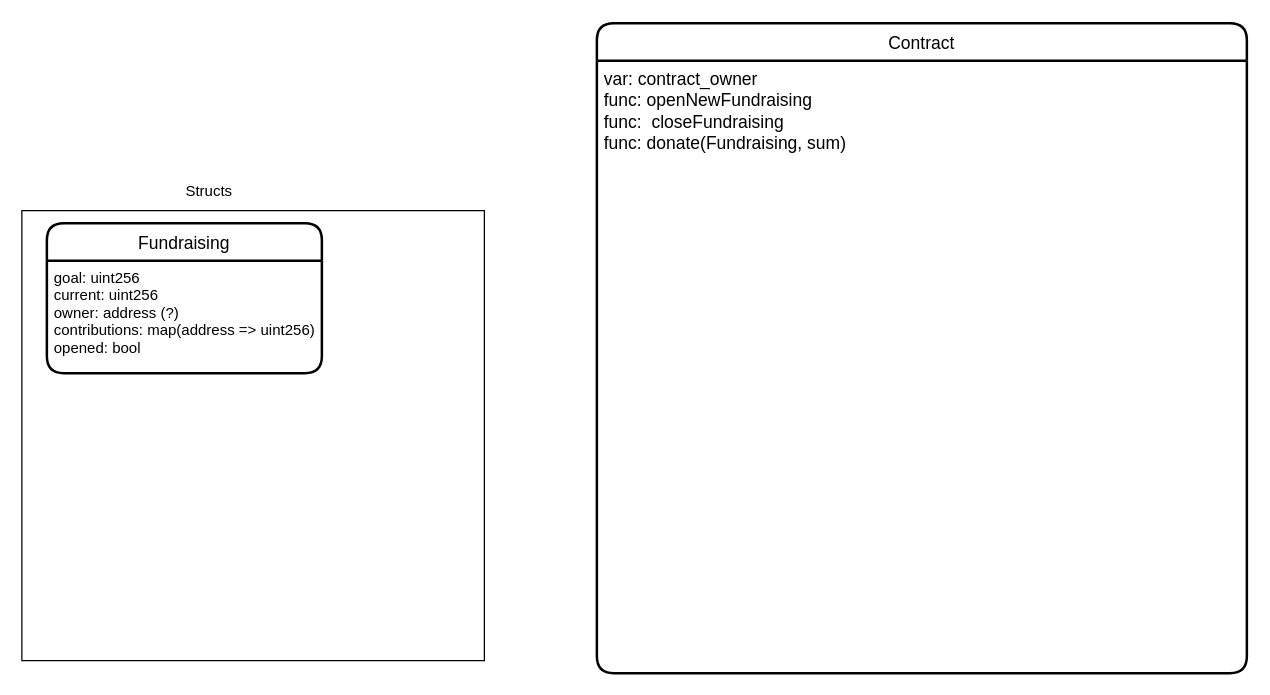
RegreTTO/solidity-project keeps this draw.io diagram as Project_scheme.drawio. Above is the earlier version. Source tidied: cells renumbered, new cells numbered last; positions are measured from the earlier drawing's top-left corner, leaving out a move shared by most shapes. Both pictures are drawn from the tidied source at 125%, with x=0, y=0 at pixel (21, 22).
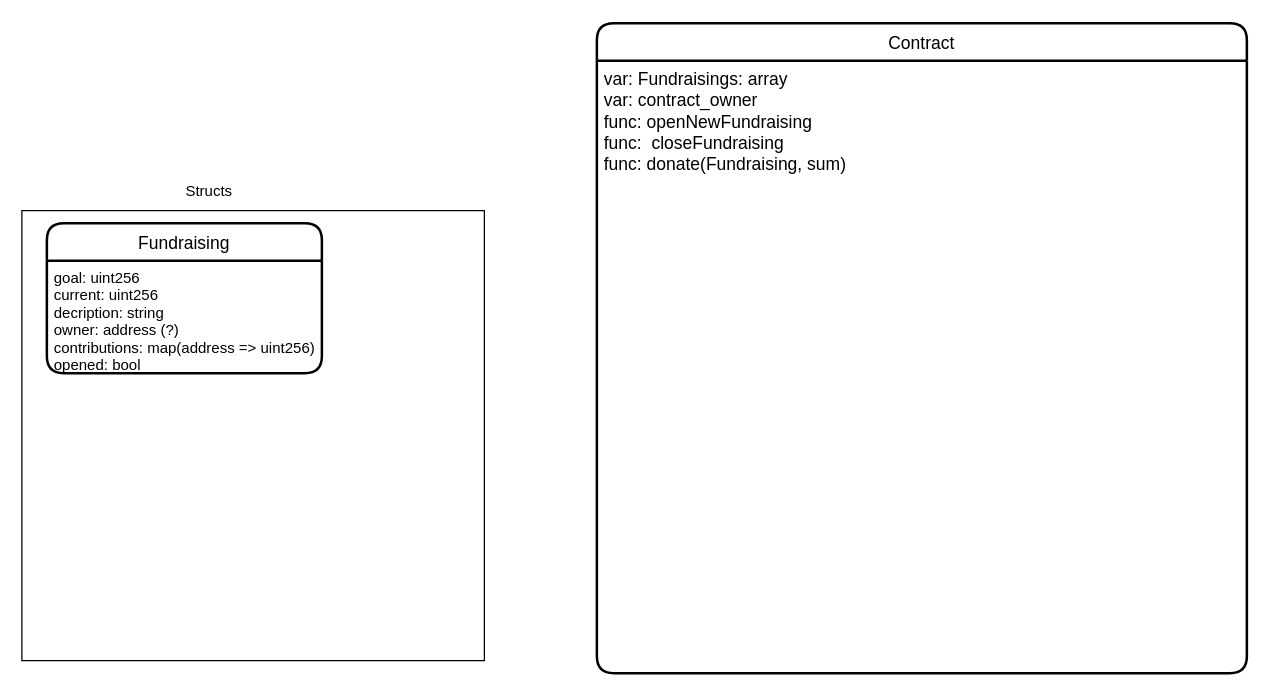
After the change.

Diff of the diagram source:
```diff
@@
 <mxGraphModel>
   <root>
     <mxCell id="0" />
     <mxCell id="1" parent="0" />
     <mxCell id="2" style="rounded=0;whiteSpace=wrap;html=1;" parent="1" vertex="1">
       <mxGeometry y="150" width="370" height="360" as="geometry" />
     </mxCell>
     <mxCell id="3" value="Fundraising" style="swimlane;horizontal=1;startSize=30;rounded=1;fontSize=14;fontStyle=0;strokeWidth=2;shadow=0;dashed=0;align=center;" parent="1" vertex="1">
       <mxGeometry x="20" y="160" width="220" height="120" as="geometry" />
     </mxCell>
-    <mxCell id="4" value="goal: uint256&#10;current: uint256&#10;owner: address (?)&#10;contributions: map(address =&gt; uint256)&#10;opened: bool" style="align=left;strokeColor=none;fillColor=none;spacingLeft=4;fontSize=12;verticalAlign=top;" parent="3" vertex="1">
+    <mxCell id="4" value="goal: uint256&#10;current: uint256&#10;decription: string&#10;owner: address (?)&#10;contributions: map(address =&gt; uint256)&#10;opened: bool" style="align=left;strokeColor=none;fillColor=none;spacingLeft=4;fontSize=12;verticalAlign=top;" parent="3" vertex="1">
       <mxGeometry y="30" width="220" height="90" as="geometry" />
     </mxCell>
     <mxCell id="5" value="Structs" style="text;html=1;strokeColor=none;fillColor=none;align=center;verticalAlign=middle;whiteSpace=wrap;rounded=0;" parent="1" vertex="1">
       <mxGeometry x="120" y="120" width="60" height="30" as="geometry" />
     </mxCell>
     <mxCell id="6" value="Contract" style="swimlane;horizontal=1;startSize=30;rounded=1;fontSize=14;fontStyle=0;strokeWidth=2;shadow=0;dashed=0;align=center;" parent="1" vertex="1">
       <mxGeometry x="460" width="520" height="520" as="geometry" />
     </mxCell>
-    <mxCell id="7" value="var: contract_owner&#10;func: openNewFundraising&#10;func:  closeFundraising&#10;func: donate(Fundraising, sum)&#10;" style="align=left;strokeColor=none;fillColor=none;spacingLeft=4;fontSize=14;verticalAlign=top;" parent="6" vertex="1">
+    <mxCell id="7" value="var: Fundraisings: array&#10;var: contract_owner&#10;func: openNewFundraising&#10;func:  closeFundraising&#10;func: donate(Fundraising, sum)&#10;" style="align=left;strokeColor=none;fillColor=none;spacingLeft=4;fontSize=14;verticalAlign=top;" parent="6" vertex="1">
       <mxGeometry y="30" width="520" height="490" as="geometry" />
     </mxCell>
   </root>
 </mxGraphModel>
```
